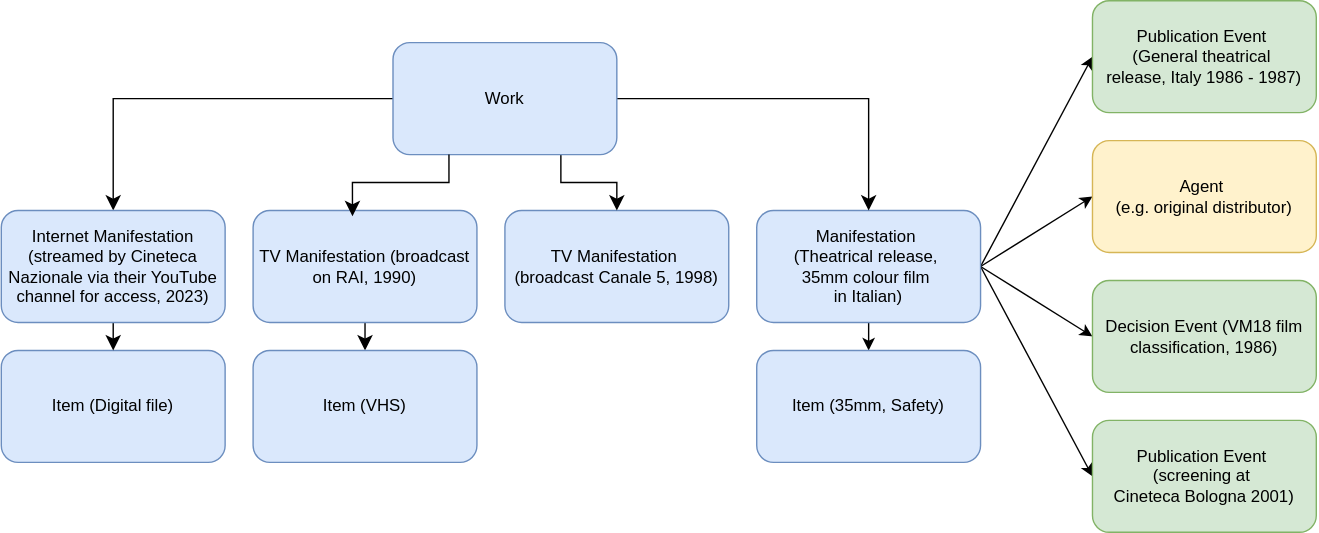
FIAF/fiaf-cataloguing-manual keeps this draw.io diagram as markdown/diagrams/bme_01.drawio.svg. Above is the earlier version. Source tidied: cells renumbered, new cells last; positions are measured from the earlier drawing's top-left corner, leaving out a move shared by most shapes. Source of this version:
```xml
<mxGraphModel>
  <root>
    <mxCell id="0" />
    <mxCell id="1" parent="0" />
    <mxCell id="2" style="edgeStyle=orthogonalEdgeStyle;rounded=0;jettySize=auto;html=1;exitX=0.5;exitY=1;exitDx=0;exitDy=0;entryX=0.5;entryY=0;entryDx=0;entryDy=0;" parent="1" edge="1" source="7" target="12">
      <mxGeometry relative="1" as="geometry" />
    </mxCell>
    <mxCell id="3" style="rounded=0;jettySize=auto;html=1;exitX=1;exitY=0.5;exitDx=0;exitDy=0;entryX=0;entryY=0.5;entryDx=0;entryDy=0;" parent="1" edge="1" source="7" target="8">
      <mxGeometry relative="1" as="geometry" />
    </mxCell>
    <mxCell id="4" style="rounded=0;jettySize=auto;html=1;exitX=1;exitY=0.5;exitDx=0;exitDy=0;entryX=0;entryY=0.5;entryDx=0;entryDy=0;" parent="1" edge="1" source="7" target="9">
      <mxGeometry relative="1" as="geometry" />
    </mxCell>
    <mxCell id="5" style="rounded=0;jettySize=auto;html=1;exitX=1;exitY=0.5;exitDx=0;exitDy=0;entryX=0;entryY=0.5;entryDx=0;entryDy=0;" parent="1" edge="1" source="7" target="10">
      <mxGeometry relative="1" as="geometry" />
    </mxCell>
    <mxCell id="6" style="rounded=0;jettySize=auto;html=1;exitX=1;exitY=0.5;exitDx=0;exitDy=0;entryX=0;entryY=0.5;entryDx=0;entryDy=0;" parent="1" edge="1" source="7" target="11">
      <mxGeometry relative="1" as="geometry" />
    </mxCell>
    <mxCell id="7" value="&lt;div&gt;Manifestation&amp;nbsp;&lt;/div&gt;&lt;div&gt;(Theatrical release,&amp;nbsp;&lt;/div&gt;&lt;div&gt;35mm colour&amp;nbsp;film&amp;nbsp;&lt;/div&gt;&lt;div&gt;in Italian)&lt;/div&gt;" style="rounded=1;whiteSpace=wrap;html=1;fillColor=#dae8fc;strokeColor=#6c8ebf;" parent="1" vertex="1">
      <mxGeometry x="540" y="150" width="160" height="80" as="geometry" />
    </mxCell>
    <mxCell id="8" value="&lt;div&gt;Publication Event&amp;nbsp;&lt;/div&gt;&lt;div&gt;(General theatrical&amp;nbsp;&lt;/div&gt;&lt;div&gt;release, Italy 1986 - 1987)&lt;/div&gt;" style="rounded=1;whiteSpace=wrap;html=1;fillColor=#d5e8d4;strokeColor=#82b366;" parent="1" vertex="1">
      <mxGeometry x="780" width="160" height="80" as="geometry" />
    </mxCell>
    <mxCell id="9" value="&lt;div&gt;Agent&amp;nbsp;&lt;/div&gt;&lt;div&gt;(e.g. original distributor)&lt;/div&gt;" style="rounded=1;whiteSpace=wrap;html=1;fillColor=#fff2cc;strokeColor=#d6b656;" parent="1" vertex="1">
      <mxGeometry x="780" y="100" width="160" height="80" as="geometry" />
    </mxCell>
    <mxCell id="10" value="Decision Event (VM18 film classification, 1986)" style="rounded=1;whiteSpace=wrap;html=1;fillColor=#d5e8d4;strokeColor=#82b366;" parent="1" vertex="1">
      <mxGeometry x="780" y="200" width="160" height="80" as="geometry" />
    </mxCell>
    <mxCell id="11" value="&lt;div&gt;Publication Event&amp;nbsp;&lt;/div&gt;&lt;div&gt;(screening at&amp;nbsp;&lt;/div&gt;&lt;div&gt;Cineteca Bologna 2001)&lt;/div&gt;" style="rounded=1;whiteSpace=wrap;html=1;fillColor=#d5e8d4;strokeColor=#82b366;" parent="1" vertex="1">
      <mxGeometry x="780" y="300" width="160" height="80" as="geometry" />
    </mxCell>
    <mxCell id="12" value="Item (35mm, Safety)" style="rounded=1;whiteSpace=wrap;html=1;fillColor=#dae8fc;strokeColor=#6c8ebf;" parent="1" vertex="1">
      <mxGeometry x="540" y="250" width="160" height="80" as="geometry" />
    </mxCell>
    <mxCell id="13" value="&lt;div&gt;TV Manifestation&amp;nbsp;&lt;/div&gt;&lt;div&gt;(broadcast Canale 5, 1998)&lt;/div&gt;" style="rounded=1;whiteSpace=wrap;html=1;fillColor=#dae8fc;strokeColor=#6c8ebf;" parent="1" vertex="1">
      <mxGeometry x="360" y="150" width="160" height="80" as="geometry" />
    </mxCell>
    <mxCell id="14" style="edgeStyle=orthogonalEdgeStyle;rounded=0;jettySize=auto;html=1;exitX=1;exitY=0.5;exitDx=0;exitDy=0;entryX=0.5;entryY=0;entryDx=0;entryDy=0;fontSize=12;startSize=8;endSize=8;" parent="1" edge="1" source="17" target="7">
      <mxGeometry relative="1" as="geometry" />
    </mxCell>
    <mxCell id="15" style="edgeStyle=orthogonalEdgeStyle;rounded=0;jettySize=auto;html=1;exitX=0;exitY=0.5;exitDx=0;exitDy=0;entryX=0.5;entryY=0;entryDx=0;entryDy=0;fontSize=12;startSize=8;endSize=8;" parent="1" edge="1" source="17" target="23">
      <mxGeometry relative="1" as="geometry" />
    </mxCell>
    <mxCell id="16" style="edgeStyle=orthogonalEdgeStyle;rounded=0;jettySize=auto;html=1;exitX=0.75;exitY=1;exitDx=0;exitDy=0;entryX=0.5;entryY=0;entryDx=0;entryDy=0;fontSize=12;startSize=8;endSize=8;" parent="1" edge="1" source="17" target="13">
      <mxGeometry relative="1" as="geometry" />
    </mxCell>
    <mxCell id="17" value="Work" style="rounded=1;whiteSpace=wrap;html=1;fillColor=#dae8fc;strokeColor=#6c8ebf;" parent="1" vertex="1">
      <mxGeometry x="280" y="30" width="160" height="80" as="geometry" />
    </mxCell>
    <mxCell id="18" style="edgeStyle=none;curved=1;rounded=0;jettySize=auto;html=1;exitX=0.5;exitY=1;exitDx=0;exitDy=0;entryX=0.5;entryY=0;entryDx=0;entryDy=0;fontSize=12;startSize=8;endSize=8;" parent="1" edge="1" source="19" target="20">
      <mxGeometry relative="1" as="geometry" />
    </mxCell>
    <mxCell id="19" value="TV Manifestation (broadcast on RAI, 1990)" style="rounded=1;whiteSpace=wrap;html=1;fillColor=#dae8fc;strokeColor=#6c8ebf;" parent="1" vertex="1">
      <mxGeometry x="180" y="150" width="160" height="80" as="geometry" />
    </mxCell>
    <mxCell id="20" value="Item (VHS)" style="rounded=1;whiteSpace=wrap;html=1;fillColor=#dae8fc;strokeColor=#6c8ebf;" parent="1" vertex="1">
      <mxGeometry x="180" y="250" width="160" height="80" as="geometry" />
    </mxCell>
    <mxCell id="21" value="Item (Digital file)" style="rounded=1;whiteSpace=wrap;html=1;fillColor=#dae8fc;strokeColor=#6c8ebf;" parent="1" vertex="1">
      <mxGeometry y="250" width="160" height="80" as="geometry" />
    </mxCell>
    <mxCell id="22" style="edgeStyle=none;curved=1;rounded=0;jettySize=auto;html=1;exitX=0.5;exitY=1;exitDx=0;exitDy=0;entryX=0.5;entryY=0;entryDx=0;entryDy=0;fontSize=12;startSize=8;endSize=8;" parent="1" edge="1" source="23" target="21">
      <mxGeometry relative="1" as="geometry" />
    </mxCell>
    <mxCell id="23" value="Internet Manifestation (streamed by Cineteca Nazionale via their YouTube channel for access, 2023)" style="rounded=1;whiteSpace=wrap;html=1;fillColor=#dae8fc;strokeColor=#6c8ebf;" parent="1" vertex="1">
      <mxGeometry y="150" width="160" height="80" as="geometry" />
    </mxCell>
    <mxCell id="24" style="edgeStyle=orthogonalEdgeStyle;rounded=0;jettySize=auto;html=1;exitX=0.25;exitY=1;exitDx=0;exitDy=0;entryX=0.444;entryY=0.05;entryDx=0;entryDy=0;entryPerimeter=0;fontSize=12;startSize=8;endSize=8;" parent="1" edge="1" source="17" target="19">
      <mxGeometry relative="1" as="geometry" />
    </mxCell>
  </root>
</mxGraphModel>
```
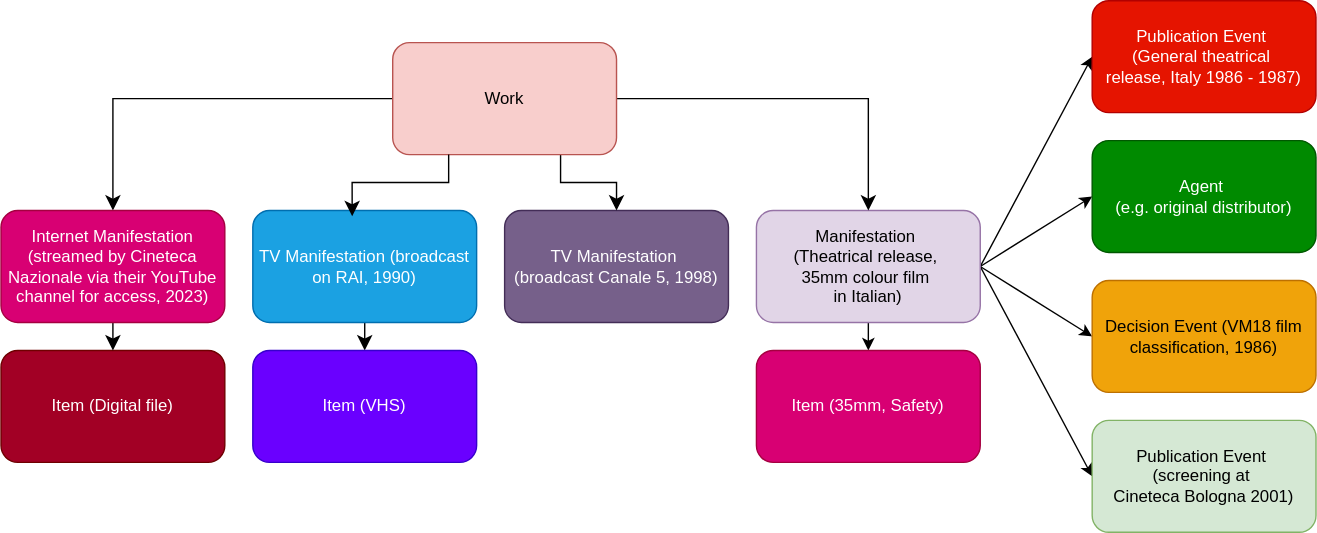
After the commit.

Change to the diagram source:
```diff
@@ -17,25 +17,25 @@
     <mxCell id="6" style="rounded=0;jettySize=auto;html=1;exitX=1;exitY=0.5;exitDx=0;exitDy=0;entryX=0;entryY=0.5;entryDx=0;entryDy=0;" parent="1" edge="1" source="7" target="11">
       <mxGeometry relative="1" as="geometry" />
     </mxCell>
-    <mxCell id="7" value="&lt;div&gt;Manifestation&amp;nbsp;&lt;/div&gt;&lt;div&gt;(Theatrical release,&amp;nbsp;&lt;/div&gt;&lt;div&gt;35mm colour&amp;nbsp;film&amp;nbsp;&lt;/div&gt;&lt;div&gt;in Italian)&lt;/div&gt;" style="rounded=1;whiteSpace=wrap;html=1;fillColor=#dae8fc;strokeColor=#6c8ebf;" parent="1" vertex="1">
+    <mxCell id="7" value="&lt;div&gt;Manifestation&amp;nbsp;&lt;/div&gt;&lt;div&gt;(Theatrical release,&amp;nbsp;&lt;/div&gt;&lt;div&gt;35mm colour&amp;nbsp;film&amp;nbsp;&lt;/div&gt;&lt;div&gt;in Italian)&lt;/div&gt;" style="rounded=1;whiteSpace=wrap;html=1;fillColor=#e1d5e7;strokeColor=#9673a6;" parent="1" vertex="1">
       <mxGeometry x="540" y="150" width="160" height="80" as="geometry" />
     </mxCell>
-    <mxCell id="8" value="&lt;div&gt;Publication Event&amp;nbsp;&lt;/div&gt;&lt;div&gt;(General theatrical&amp;nbsp;&lt;/div&gt;&lt;div&gt;release, Italy 1986 - 1987)&lt;/div&gt;" style="rounded=1;whiteSpace=wrap;html=1;fillColor=#d5e8d4;strokeColor=#82b366;" parent="1" vertex="1">
+    <mxCell id="8" value="&lt;div&gt;Publication Event&amp;nbsp;&lt;/div&gt;&lt;div&gt;(General theatrical&amp;nbsp;&lt;/div&gt;&lt;div&gt;release, Italy 1986 - 1987)&lt;/div&gt;" style="rounded=1;whiteSpace=wrap;html=1;fillColor=#e51400;strokeColor=#B20000;fontColor=#ffffff;" parent="1" vertex="1">
       <mxGeometry x="780" width="160" height="80" as="geometry" />
     </mxCell>
-    <mxCell id="9" value="&lt;div&gt;Agent&amp;nbsp;&lt;/div&gt;&lt;div&gt;(e.g. original distributor)&lt;/div&gt;" style="rounded=1;whiteSpace=wrap;html=1;fillColor=#fff2cc;strokeColor=#d6b656;" parent="1" vertex="1">
+    <mxCell id="9" value="&lt;div&gt;Agent&amp;nbsp;&lt;/div&gt;&lt;div&gt;(e.g. original distributor)&lt;/div&gt;" style="rounded=1;whiteSpace=wrap;html=1;fillColor=#008a00;strokeColor=#005700;fontColor=#ffffff;" parent="1" vertex="1">
       <mxGeometry x="780" y="100" width="160" height="80" as="geometry" />
     </mxCell>
-    <mxCell id="10" value="Decision Event (VM18 film classification, 1986)" style="rounded=1;whiteSpace=wrap;html=1;fillColor=#d5e8d4;strokeColor=#82b366;" parent="1" vertex="1">
+    <mxCell id="10" value="Decision Event (VM18 film classification, 1986)" style="rounded=1;whiteSpace=wrap;html=1;fillColor=#f0a30a;strokeColor=#BD7000;fontColor=#000000;" parent="1" vertex="1">
       <mxGeometry x="780" y="200" width="160" height="80" as="geometry" />
     </mxCell>
     <mxCell id="11" value="&lt;div&gt;Publication Event&amp;nbsp;&lt;/div&gt;&lt;div&gt;(screening at&amp;nbsp;&lt;/div&gt;&lt;div&gt;Cineteca Bologna 2001)&lt;/div&gt;" style="rounded=1;whiteSpace=wrap;html=1;fillColor=#d5e8d4;strokeColor=#82b366;" parent="1" vertex="1">
       <mxGeometry x="780" y="300" width="160" height="80" as="geometry" />
     </mxCell>
-    <mxCell id="12" value="Item (35mm, Safety)" style="rounded=1;whiteSpace=wrap;html=1;fillColor=#dae8fc;strokeColor=#6c8ebf;" parent="1" vertex="1">
+    <mxCell id="12" value="Item (35mm, Safety)" style="rounded=1;whiteSpace=wrap;html=1;fillColor=#d80073;strokeColor=#A50040;fontColor=#ffffff;" parent="1" vertex="1">
       <mxGeometry x="540" y="250" width="160" height="80" as="geometry" />
     </mxCell>
-    <mxCell id="13" value="&lt;div&gt;TV Manifestation&amp;nbsp;&lt;/div&gt;&lt;div&gt;(broadcast Canale 5, 1998)&lt;/div&gt;" style="rounded=1;whiteSpace=wrap;html=1;fillColor=#dae8fc;strokeColor=#6c8ebf;" parent="1" vertex="1">
+    <mxCell id="13" value="&lt;div&gt;TV Manifestation&amp;nbsp;&lt;/div&gt;&lt;div&gt;(broadcast Canale 5, 1998)&lt;/div&gt;" style="rounded=1;whiteSpace=wrap;html=1;fillColor=#76608a;strokeColor=#432D57;fontColor=#ffffff;" parent="1" vertex="1">
       <mxGeometry x="360" y="150" width="160" height="80" as="geometry" />
     </mxCell>
     <mxCell id="14" style="edgeStyle=orthogonalEdgeStyle;rounded=0;jettySize=auto;html=1;exitX=1;exitY=0.5;exitDx=0;exitDy=0;entryX=0.5;entryY=0;entryDx=0;entryDy=0;fontSize=12;startSize=8;endSize=8;" parent="1" edge="1" source="17" target="7">
@@ -47,25 +47,25 @@
     <mxCell id="16" style="edgeStyle=orthogonalEdgeStyle;rounded=0;jettySize=auto;html=1;exitX=0.75;exitY=1;exitDx=0;exitDy=0;entryX=0.5;entryY=0;entryDx=0;entryDy=0;fontSize=12;startSize=8;endSize=8;" parent="1" edge="1" source="17" target="13">
       <mxGeometry relative="1" as="geometry" />
     </mxCell>
-    <mxCell id="17" value="Work" style="rounded=1;whiteSpace=wrap;html=1;fillColor=#dae8fc;strokeColor=#6c8ebf;" parent="1" vertex="1">
+    <mxCell id="17" value="Work" style="rounded=1;whiteSpace=wrap;html=1;fillColor=#f8cecc;strokeColor=#b85450;" parent="1" vertex="1">
       <mxGeometry x="280" y="30" width="160" height="80" as="geometry" />
     </mxCell>
     <mxCell id="18" style="edgeStyle=none;curved=1;rounded=0;jettySize=auto;html=1;exitX=0.5;exitY=1;exitDx=0;exitDy=0;entryX=0.5;entryY=0;entryDx=0;entryDy=0;fontSize=12;startSize=8;endSize=8;" parent="1" edge="1" source="19" target="20">
       <mxGeometry relative="1" as="geometry" />
     </mxCell>
-    <mxCell id="19" value="TV Manifestation (broadcast on RAI, 1990)" style="rounded=1;whiteSpace=wrap;html=1;fillColor=#dae8fc;strokeColor=#6c8ebf;" parent="1" vertex="1">
+    <mxCell id="19" value="TV Manifestation (broadcast on RAI, 1990)" style="rounded=1;whiteSpace=wrap;html=1;fillColor=#1ba1e2;strokeColor=#006EAF;fontColor=#ffffff;" parent="1" vertex="1">
       <mxGeometry x="180" y="150" width="160" height="80" as="geometry" />
     </mxCell>
-    <mxCell id="20" value="Item (VHS)" style="rounded=1;whiteSpace=wrap;html=1;fillColor=#dae8fc;strokeColor=#6c8ebf;" parent="1" vertex="1">
+    <mxCell id="20" value="Item (VHS)" style="rounded=1;whiteSpace=wrap;html=1;fillColor=#6a00ff;strokeColor=#3700CC;fontColor=#ffffff;" parent="1" vertex="1">
       <mxGeometry x="180" y="250" width="160" height="80" as="geometry" />
     </mxCell>
-    <mxCell id="21" value="Item (Digital file)" style="rounded=1;whiteSpace=wrap;html=1;fillColor=#dae8fc;strokeColor=#6c8ebf;" parent="1" vertex="1">
+    <mxCell id="21" value="Item (Digital file)" style="rounded=1;whiteSpace=wrap;html=1;fillColor=#a20025;strokeColor=#6F0000;fontColor=#ffffff;" parent="1" vertex="1">
       <mxGeometry y="250" width="160" height="80" as="geometry" />
     </mxCell>
     <mxCell id="22" style="edgeStyle=none;curved=1;rounded=0;jettySize=auto;html=1;exitX=0.5;exitY=1;exitDx=0;exitDy=0;entryX=0.5;entryY=0;entryDx=0;entryDy=0;fontSize=12;startSize=8;endSize=8;" parent="1" edge="1" source="23" target="21">
       <mxGeometry relative="1" as="geometry" />
     </mxCell>
-    <mxCell id="23" value="Internet Manifestation (streamed by Cineteca Nazionale via their YouTube channel for access, 2023)" style="rounded=1;whiteSpace=wrap;html=1;fillColor=#dae8fc;strokeColor=#6c8ebf;" parent="1" vertex="1">
+    <mxCell id="23" value="Internet Manifestation (streamed by Cineteca Nazionale via their YouTube channel for access, 2023)" style="rounded=1;whiteSpace=wrap;html=1;fillColor=#d80073;strokeColor=#A50040;fontColor=#ffffff;" parent="1" vertex="1">
       <mxGeometry y="150" width="160" height="80" as="geometry" />
     </mxCell>
     <mxCell id="24" style="edgeStyle=orthogonalEdgeStyle;rounded=0;jettySize=auto;html=1;exitX=0.25;exitY=1;exitDx=0;exitDy=0;entryX=0.444;entryY=0.05;entryDx=0;entryDy=0;entryPerimeter=0;fontSize=12;startSize=8;endSize=8;" parent="1" edge="1" source="17" target="19">
```
